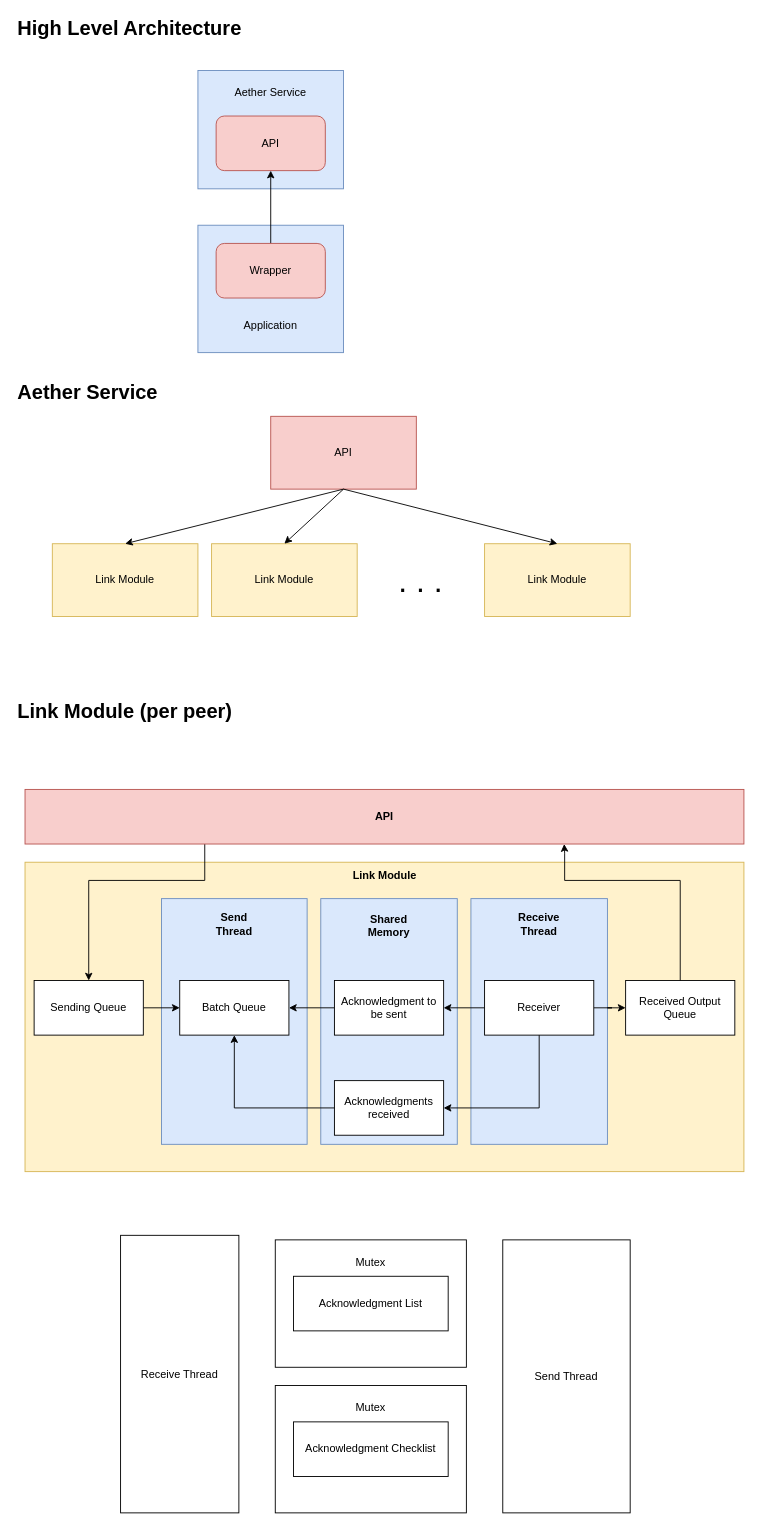
The draw.io diagram page "Architecture" (1 of 6) of Software-Architecture.drawio in Prototype-Aether/Prototype-Aether, before the edit. Source tidied: cells renumbered, new cells numbered last; positions are measured from the earlier drawing's top-left corner, leaving out a move shared by most shapes. Both pictures are drawn from the tidied source at 91%, with x=0, y=0 at pixel (15, 15).
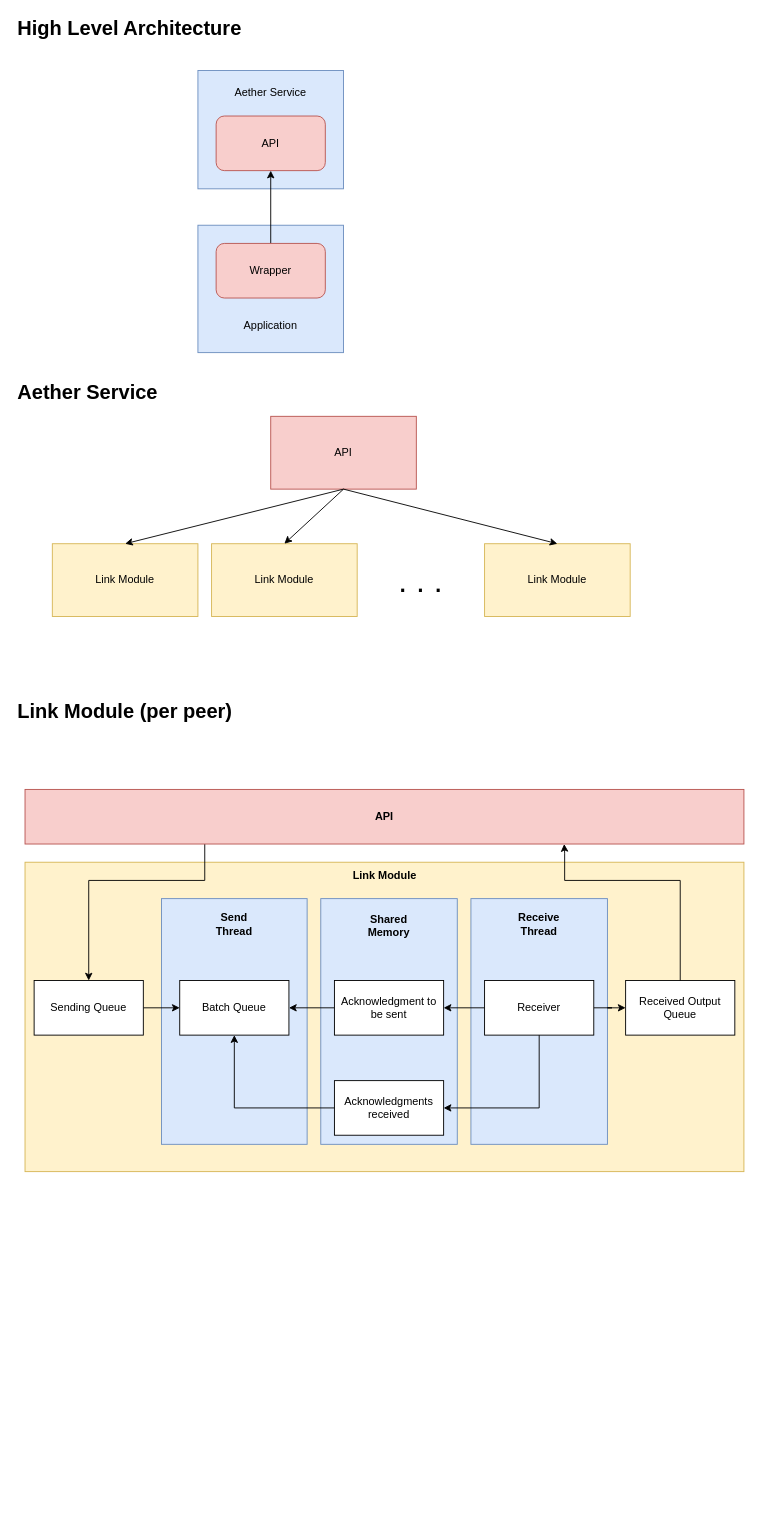
Above is the later version.

Commit message (it also covers changes not shown here):
Added Decryption Thread

Change to the diagram source:
```diff
@@
-    <mxCell id="43" style="rounded=0;whiteSpace=wrap;html=1;" parent="1" vertex="1">
-      <mxGeometry x="285" y="1345" width="210" height="140" as="geometry" />
-    </mxCell>
-    <mxCell id="44" value="Mutex" style="text;html=1;strokeColor=none;fillColor=none;align=center;verticalAlign=middle;whiteSpace=wrap;rounded=0;" parent="1" vertex="1">
-      <mxGeometry x="360" y="1355" width="60" height="30" as="geometry" />
-    </mxCell>
-    <mxCell id="45" style="rounded=0;whiteSpace=wrap;html=1;" parent="1" vertex="1">
-      <mxGeometry x="285" y="1505" width="210" height="140" as="geometry" />
-    </mxCell>
-    <mxCell id="46" value="Acknowledgment List" style="rounded=0;whiteSpace=wrap;html=1;" parent="1" vertex="1">
-      <mxGeometry x="305" y="1385" width="170" height="60" as="geometry" />
-    </mxCell>
-    <mxCell id="47" value="Acknowledgment Checklist" style="rounded=0;whiteSpace=wrap;html=1;" parent="1" vertex="1">
-      <mxGeometry x="305" y="1545" width="170" height="60" as="geometry" />
-    </mxCell>
-    <mxCell id="48" value="Mutex" style="text;html=1;strokeColor=none;fillColor=none;align=center;verticalAlign=middle;whiteSpace=wrap;rounded=0;" parent="1" vertex="1">
-      <mxGeometry x="360" y="1515" width="60" height="30" as="geometry" />
-    </mxCell>
-    <mxCell id="49" value="Send Thread" style="rounded=0;whiteSpace=wrap;html=1;" parent="1" vertex="1">
-      <mxGeometry x="535" y="1345" width="140" height="300" as="geometry" />
-    </mxCell>
-    <mxCell id="50" value="Receive Thread" style="rounded=0;whiteSpace=wrap;html=1;" parent="1" vertex="1">
-      <mxGeometry x="115" y="1340" width="130" height="305" as="geometry" />
-    </mxCell>
```
